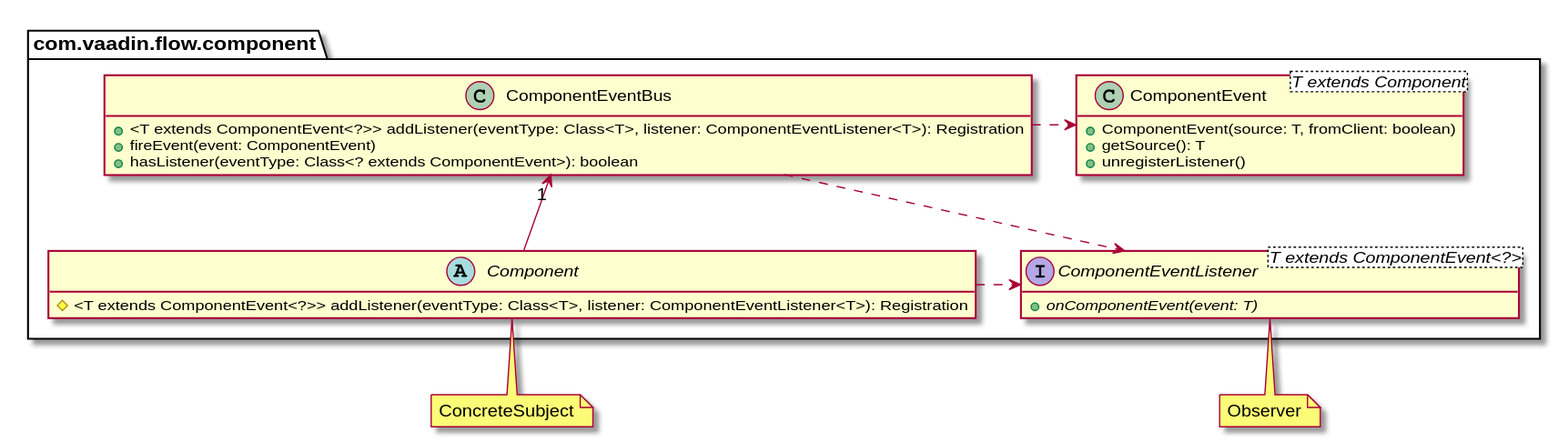
The PlantUML diagram cours/images/observer-impl.svg in formations/vaadin-foundations, before a commit.
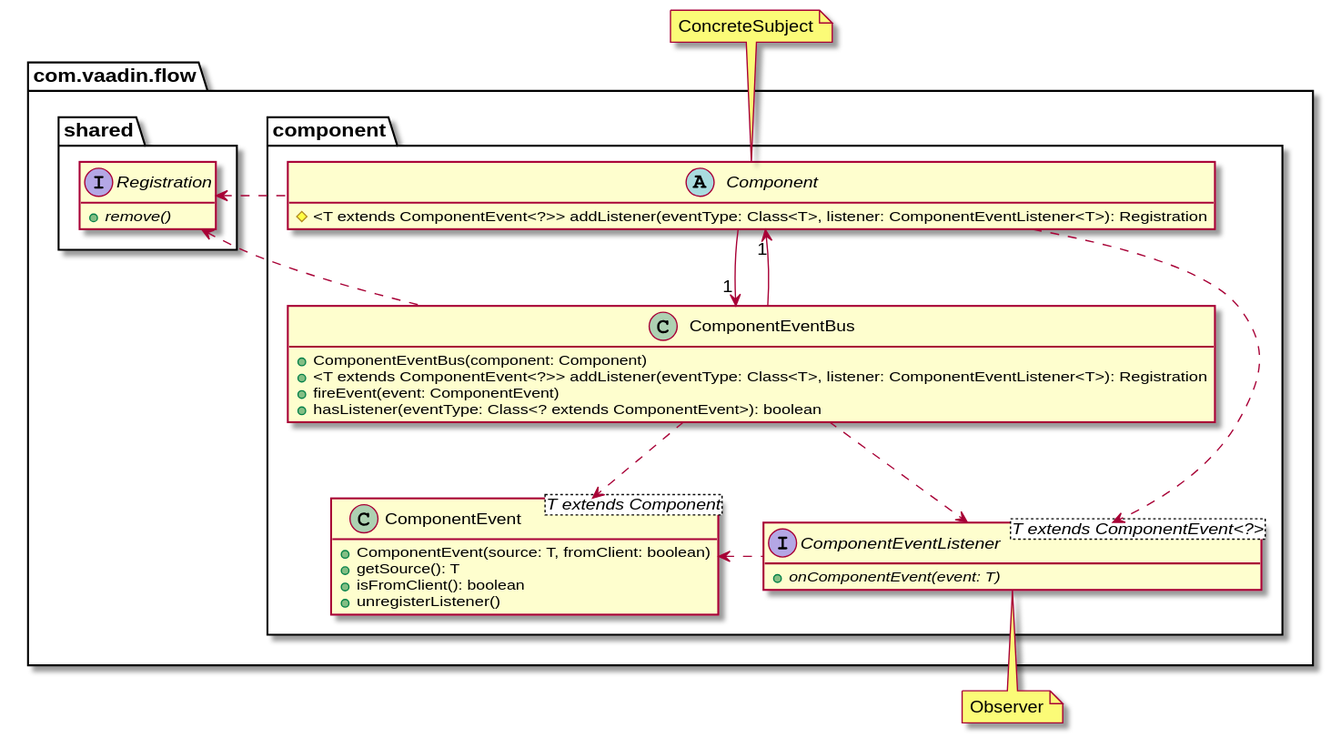
After the commit.

Diff of the diagram source:
```diff
@@ -1,27 +1,43 @@
 @startuml
-package "com.vaadin.flow.component" {
- abstract class Component {
-  # <T extends ComponentEvent<?>> addListener(eventType: Class<T>, listener: ComponentEventListener<T>): Registration
+package com.vaadin.flow {
+ package component {
+  abstract class Component {
+   # <T extends ComponentEvent<?>> addListener(eventType: Class<T>, listener: ComponentEventListener<T>): Registration
+  }
+  class ComponentEventBus {
+   + ComponentEventBus(component: Component)
+   + <T extends ComponentEvent<?>> addListener(eventType: Class<T>, listener: ComponentEventListener<T>): Registration
+   + fireEvent(event: ComponentEvent)
+   + hasListener(eventType: Class<? extends ComponentEvent>): boolean
+  }
+  class ComponentEvent<T extends Component> {
+   + ComponentEvent(source: T, fromClient: boolean)
+   + getSource(): T
+   + isFromClient(): boolean
+   + unregisterListener()
+  }
+  interface ComponentEventListener<T extends ComponentEvent<?>> {
+   + {abstract} onComponentEvent(event: T)
+  }
  }
- class ComponentEventBus {
-  + <T extends ComponentEvent<?>> addListener(eventType: Class<T>, listener: ComponentEventListener<T>): Registration
-  + fireEvent(event: ComponentEvent)
-  + hasListener(eventType: Class<? extends ComponentEvent>): boolean
- }
- class ComponentEvent<T extends Component> {
-  + ComponentEvent(source: T, fromClient: boolean)
-  + getSource(): T
-  + unregisterListener()
- }
- interface ComponentEventListener<T extends ComponentEvent<?>> {
-  + {abstract} onComponentEvent(event: T)
+ package shared {
+  interface Registration {
+   +{abstract}remove()
+  }
  }
 }
-Component -up-> "1" ComponentEventBus
-Component .right.> ComponentEventListener
-ComponentEventBus .right.> ComponentEvent
+
+Component --> "1" ComponentEventBus
+Component ..> ComponentEventListener
+ComponentEventBus --> "1" Component
+ComponentEventBus ..> ComponentEvent
 ComponentEventBus ..> ComponentEventListener
-note bottom of Component: ConcreteSubject
+Component .left.> Registration
+ComponentEventBus .left.> Registration
+ComponentEventListener .left.> ComponentEvent
+
+note top of Component: ConcreteSubject
 note bottom of ComponentEventListener: Observer
+
 hide empty members
 @enduml
```
